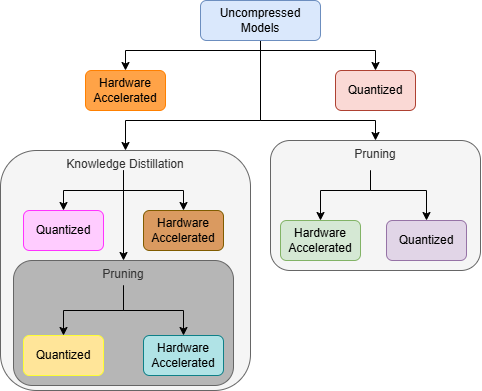
The draw.io diagram Thesis/images/compression.png in jmcoleman112/thesis, before a commit. Source tidied: cells renumbered, new cells last; positions are measured from the earlier drawing's top-left corner, leaving out a move shared by most shapes. Its diagram source:
```xml
<mxGraphModel>
  <root>
    <mxCell id="0" />
    <mxCell id="1" parent="0" />
    <mxCell id="2" value="Pruning" style="rounded=1;whiteSpace=wrap;html=1;fillColor=#f5f5f5;strokeColor=#666666;fontColor=#333333;verticalAlign=top;" parent="1" vertex="1">
      <mxGeometry x="270" y="140" width="210" height="130" as="geometry" />
    </mxCell>
    <mxCell id="3" value="&lt;div&gt;Knowledge Distillation&lt;/div&gt;" style="rounded=1;whiteSpace=wrap;html=1;fillColor=#f5f5f5;fontColor=#333333;strokeColor=#666666;verticalAlign=top;" parent="1" vertex="1">
      <mxGeometry y="150" width="250" height="240" as="geometry" />
    </mxCell>
    <mxCell id="4" value="Pruning" style="rounded=1;whiteSpace=wrap;html=1;fillColor=#B6B6B6;strokeColor=#666666;fontColor=#333333;verticalAlign=top;" parent="1" vertex="1">
      <mxGeometry x="13" y="260" width="220" height="125" as="geometry" />
    </mxCell>
    <mxCell id="5" style="rounded=0;jettySize=auto;html=1;exitX=0.5;exitY=1;exitDx=0;exitDy=0;entryX=0.5;entryY=0;entryDx=0;entryDy=0;edgeStyle=orthogonalEdgeStyle;" parent="1" edge="1" source="9" target="3">
      <mxGeometry relative="1" as="geometry">
        <Array as="points">
          <mxPoint x="260" y="120" />
          <mxPoint x="125" y="120" />
        </Array>
      </mxGeometry>
    </mxCell>
    <mxCell id="6" style="rounded=0;jettySize=auto;html=1;exitX=0.5;exitY=1;exitDx=0;exitDy=0;entryX=0.5;entryY=0;entryDx=0;entryDy=0;edgeStyle=orthogonalEdgeStyle;" parent="1" edge="1" source="9" target="10">
      <mxGeometry relative="1" as="geometry">
        <Array as="points">
          <mxPoint x="260" y="50" />
          <mxPoint x="125" y="50" />
        </Array>
      </mxGeometry>
    </mxCell>
    <mxCell id="7" style="rounded=0;jettySize=auto;html=1;exitX=0.5;exitY=1;exitDx=0;exitDy=0;entryX=0.5;entryY=0;entryDx=0;entryDy=0;edgeStyle=orthogonalEdgeStyle;" parent="1" edge="1" source="9" target="11">
      <mxGeometry relative="1" as="geometry">
        <Array as="points">
          <mxPoint x="260" y="50" />
          <mxPoint x="375" y="50" />
        </Array>
      </mxGeometry>
    </mxCell>
    <mxCell id="8" style="rounded=0;jettySize=auto;html=1;exitX=0.5;exitY=1;exitDx=0;exitDy=0;entryX=0.5;entryY=0;entryDx=0;entryDy=0;edgeStyle=orthogonalEdgeStyle;" parent="1" edge="1" source="9" target="2">
      <mxGeometry relative="1" as="geometry">
        <Array as="points">
          <mxPoint x="260" y="120" />
          <mxPoint x="375" y="120" />
        </Array>
      </mxGeometry>
    </mxCell>
    <mxCell id="9" value="Uncompressed Models" style="rounded=1;whiteSpace=wrap;html=1;fillColor=#dae8fc;strokeColor=#6c8ebf;" parent="1" vertex="1">
      <mxGeometry x="200" width="120" height="40" as="geometry" />
    </mxCell>
    <mxCell id="10" value="Hardware Accelerated" style="rounded=1;whiteSpace=wrap;html=1;fillColor=light-dark(#ffa347, #5e3206);strokeColor=#FF8000;" parent="1" vertex="1">
      <mxGeometry x="85" y="70" width="80" height="40" as="geometry" />
    </mxCell>
    <mxCell id="11" value="Quantized" style="rounded=1;whiteSpace=wrap;html=1;fillColor=#fad9d5;strokeColor=#ae4132;" parent="1" vertex="1">
      <mxGeometry x="335" y="70" width="80" height="40" as="geometry" />
    </mxCell>
    <mxCell id="12" style="rounded=0;jettySize=auto;html=1;entryX=0.5;entryY=0;entryDx=0;entryDy=0;edgeStyle=orthogonalEdgeStyle;" parent="1" edge="1" target="18">
      <mxGeometry relative="1" as="geometry">
        <mxPoint x="370" y="170" as="sourcePoint" />
        <Array as="points">
          <mxPoint x="370" y="190" />
          <mxPoint x="320" y="190" />
        </Array>
      </mxGeometry>
    </mxCell>
    <mxCell id="13" style="rounded=0;jettySize=auto;html=1;entryX=0.5;entryY=0;entryDx=0;entryDy=0;edgeStyle=orthogonalEdgeStyle;" parent="1" edge="1" target="17">
      <mxGeometry relative="1" as="geometry">
        <mxPoint x="370" y="170" as="sourcePoint" />
        <Array as="points">
          <mxPoint x="370" y="190" />
          <mxPoint x="426" y="190" />
        </Array>
      </mxGeometry>
    </mxCell>
    <mxCell id="14" style="rounded=0;jettySize=auto;html=1;entryX=0.5;entryY=0;entryDx=0;entryDy=0;" parent="1" edge="1" target="4">
      <mxGeometry relative="1" as="geometry">
        <mxPoint x="123" y="170" as="sourcePoint" />
      </mxGeometry>
    </mxCell>
    <mxCell id="15" style="rounded=0;jettySize=auto;html=1;entryX=0.5;entryY=0;entryDx=0;entryDy=0;edgeStyle=orthogonalEdgeStyle;" parent="1" edge="1" target="22">
      <mxGeometry relative="1" as="geometry">
        <mxPoint x="123" y="170" as="sourcePoint" />
        <Array as="points">
          <mxPoint x="123" y="190" />
          <mxPoint x="63" y="190" />
        </Array>
      </mxGeometry>
    </mxCell>
    <mxCell id="16" style="rounded=0;jettySize=auto;html=1;entryX=0.5;entryY=0;entryDx=0;entryDy=0;edgeStyle=orthogonalEdgeStyle;" parent="1" edge="1" target="21">
      <mxGeometry relative="1" as="geometry">
        <mxPoint x="123" y="170" as="sourcePoint" />
        <Array as="points">
          <mxPoint x="123" y="190" />
          <mxPoint x="183" y="190" />
        </Array>
      </mxGeometry>
    </mxCell>
    <mxCell id="17" value="Quantized" style="rounded=1;whiteSpace=wrap;html=1;fillColor=#e1d5e7;strokeColor=#9673a6;" parent="1" vertex="1">
      <mxGeometry x="386" y="220" width="80" height="40" as="geometry" />
    </mxCell>
    <mxCell id="18" value="Hardware Accelerated" style="rounded=1;whiteSpace=wrap;html=1;fillColor=#d5e8d4;strokeColor=#82b366;" parent="1" vertex="1">
      <mxGeometry x="280" y="220" width="80" height="40" as="geometry" />
    </mxCell>
    <mxCell id="19" style="rounded=0;jettySize=auto;html=1;entryX=0.5;entryY=0;entryDx=0;entryDy=0;exitX=0.5;exitY=0.2;exitDx=0;exitDy=0;exitPerimeter=0;edgeStyle=orthogonalEdgeStyle;" parent="1" edge="1" source="4" target="23">
      <mxGeometry relative="1" as="geometry">
        <Array as="points">
          <mxPoint x="123" y="310" />
          <mxPoint x="183" y="310" />
        </Array>
      </mxGeometry>
    </mxCell>
    <mxCell id="20" style="rounded=0;jettySize=auto;html=1;entryX=0.5;entryY=0;entryDx=0;entryDy=0;edgeStyle=orthogonalEdgeStyle;" parent="1" edge="1" target="24">
      <mxGeometry relative="1" as="geometry">
        <mxPoint x="123" y="285" as="sourcePoint" />
        <Array as="points">
          <mxPoint x="123" y="310" />
          <mxPoint x="63" y="310" />
        </Array>
      </mxGeometry>
    </mxCell>
    <mxCell id="21" value="Hardware Accelerated" style="rounded=1;whiteSpace=wrap;html=1;fillColor=#DA9A60;strokeColor=#805C00;" parent="1" vertex="1">
      <mxGeometry x="143" y="210" width="80" height="40" as="geometry" />
    </mxCell>
    <mxCell id="22" value="Quantized" style="rounded=1;whiteSpace=wrap;html=1;fillColor=#FFCCFF;strokeColor=#FF33FF;" parent="1" vertex="1">
      <mxGeometry x="23" y="210" width="80" height="40" as="geometry" />
    </mxCell>
    <mxCell id="23" value="Hardware Accelerated" style="rounded=1;whiteSpace=wrap;html=1;fillColor=#b0e3e6;strokeColor=#0e8088;" parent="1" vertex="1">
      <mxGeometry x="143" y="335" width="80" height="40" as="geometry" />
    </mxCell>
    <mxCell id="24" value="Quantized" style="rounded=1;whiteSpace=wrap;html=1;fillColor=#FFE599;strokeColor=#FFFF33;" parent="1" vertex="1">
      <mxGeometry x="23" y="335" width="80" height="40" as="geometry" />
    </mxCell>
  </root>
</mxGraphModel>
```
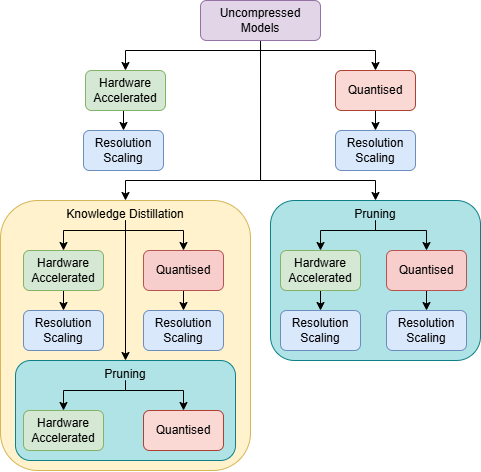
After the commit.

Change to the diagram source:
```diff
@@ -2,20 +2,20 @@
   <root>
     <mxCell id="0" />
     <mxCell id="1" parent="0" />
-    <mxCell id="2" value="Pruning" style="rounded=1;whiteSpace=wrap;html=1;fillColor=#f5f5f5;strokeColor=#666666;fontColor=#333333;verticalAlign=top;" parent="1" vertex="1">
-      <mxGeometry x="270" y="140" width="210" height="130" as="geometry" />
+    <mxCell id="2" value="Pruning" style="rounded=1;whiteSpace=wrap;html=1;fillColor=#b0e3e6;strokeColor=#0e8088;verticalAlign=top;" parent="1" vertex="1">
+      <mxGeometry x="270" y="200" width="210" height="160" as="geometry" />
     </mxCell>
-    <mxCell id="3" value="&lt;div&gt;Knowledge Distillation&lt;/div&gt;" style="rounded=1;whiteSpace=wrap;html=1;fillColor=#f5f5f5;fontColor=#333333;strokeColor=#666666;verticalAlign=top;" parent="1" vertex="1">
-      <mxGeometry y="150" width="250" height="240" as="geometry" />
+    <mxCell id="3" value="&lt;div&gt;Knowledge Distillation&lt;/div&gt;" style="rounded=1;whiteSpace=wrap;html=1;fillColor=#fff2cc;strokeColor=#d6b656;verticalAlign=top;" parent="1" vertex="1">
+      <mxGeometry y="200" width="250" height="270" as="geometry" />
     </mxCell>
-    <mxCell id="4" value="Pruning" style="rounded=1;whiteSpace=wrap;html=1;fillColor=#B6B6B6;strokeColor=#666666;fontColor=#333333;verticalAlign=top;" parent="1" vertex="1">
-      <mxGeometry x="13" y="260" width="220" height="125" as="geometry" />
+    <mxCell id="4" value="Pruning" style="rounded=1;whiteSpace=wrap;html=1;fillColor=#b0e3e6;strokeColor=#0e8088;verticalAlign=top;" parent="1" vertex="1">
+      <mxGeometry x="15" y="360" width="220" height="100" as="geometry" />
     </mxCell>
     <mxCell id="5" style="rounded=0;jettySize=auto;html=1;exitX=0.5;exitY=1;exitDx=0;exitDy=0;entryX=0.5;entryY=0;entryDx=0;entryDy=0;edgeStyle=orthogonalEdgeStyle;" parent="1" edge="1" source="9" target="3">
       <mxGeometry relative="1" as="geometry">
         <Array as="points">
-          <mxPoint x="260" y="120" />
-          <mxPoint x="125" y="120" />
+          <mxPoint x="260" y="180" />
+          <mxPoint x="125" y="180" />
         </Array>
       </mxGeometry>
     </mxCell>
@@ -38,95 +38,133 @@
     <mxCell id="8" style="rounded=0;jettySize=auto;html=1;exitX=0.5;exitY=1;exitDx=0;exitDy=0;entryX=0.5;entryY=0;entryDx=0;entryDy=0;edgeStyle=orthogonalEdgeStyle;" parent="1" edge="1" source="9" target="2">
       <mxGeometry relative="1" as="geometry">
         <Array as="points">
-          <mxPoint x="260" y="120" />
-          <mxPoint x="375" y="120" />
+          <mxPoint x="260" y="180" />
+          <mxPoint x="375" y="180" />
         </Array>
       </mxGeometry>
     </mxCell>
-    <mxCell id="9" value="Uncompressed Models" style="rounded=1;whiteSpace=wrap;html=1;fillColor=#dae8fc;strokeColor=#6c8ebf;" parent="1" vertex="1">
+    <mxCell id="9" value="Uncompressed Models" style="rounded=1;whiteSpace=wrap;html=1;fillColor=#e1d5e7;strokeColor=#9673a6;" parent="1" vertex="1">
       <mxGeometry x="200" width="120" height="40" as="geometry" />
     </mxCell>
+    <mxCell id="25" style="edgeStyle=orthogonalEdgeStyle;rounded=0;jettySize=auto;html=1;exitX=0.5;exitY=1;exitDx=0;exitDy=0;entryX=0.5;entryY=0;entryDx=0;entryDy=0;" parent="1" edge="1" source="10" target="31">
+      <mxGeometry relative="1" as="geometry" />
+    </mxCell>
-    <mxCell id="10" value="Hardware Accelerated" style="rounded=1;whiteSpace=wrap;html=1;fillColor=light-dark(#ffa347, #5e3206);strokeColor=#FF8000;" parent="1" vertex="1">
+    <mxCell id="10" value="Hardware Accelerated" style="rounded=1;whiteSpace=wrap;html=1;fillColor=#d5e8d4;strokeColor=#82b366;" parent="1" vertex="1">
       <mxGeometry x="85" y="70" width="80" height="40" as="geometry" />
     </mxCell>
+    <mxCell id="26" style="edgeStyle=orthogonalEdgeStyle;rounded=0;jettySize=auto;html=1;exitX=0.5;exitY=1;exitDx=0;exitDy=0;entryX=0.5;entryY=0;entryDx=0;entryDy=0;" parent="1" edge="1" source="11" target="32">
+      <mxGeometry relative="1" as="geometry" />
+    </mxCell>
-    <mxCell id="11" value="Quantized" style="rounded=1;whiteSpace=wrap;html=1;fillColor=#fad9d5;strokeColor=#ae4132;" parent="1" vertex="1">
+    <mxCell id="11" value="Quantised" style="rounded=1;whiteSpace=wrap;html=1;fillColor=#fad9d5;strokeColor=#ae4132;" parent="1" vertex="1">
       <mxGeometry x="335" y="70" width="80" height="40" as="geometry" />
     </mxCell>
     <mxCell id="12" style="rounded=0;jettySize=auto;html=1;entryX=0.5;entryY=0;entryDx=0;entryDy=0;edgeStyle=orthogonalEdgeStyle;" parent="1" edge="1" target="18">
       <mxGeometry relative="1" as="geometry">
-        <mxPoint x="370" y="170" as="sourcePoint" />
+        <mxPoint x="375" y="220" as="sourcePoint" />
         <Array as="points">
-          <mxPoint x="370" y="190" />
-          <mxPoint x="320" y="190" />
+          <mxPoint x="375" y="230" />
+          <mxPoint x="320" y="230" />
         </Array>
       </mxGeometry>
     </mxCell>
     <mxCell id="13" style="rounded=0;jettySize=auto;html=1;entryX=0.5;entryY=0;entryDx=0;entryDy=0;edgeStyle=orthogonalEdgeStyle;" parent="1" edge="1" target="17">
       <mxGeometry relative="1" as="geometry">
-        <mxPoint x="370" y="170" as="sourcePoint" />
+        <mxPoint x="375" y="220" as="sourcePoint" />
         <Array as="points">
-          <mxPoint x="370" y="190" />
-          <mxPoint x="426" y="190" />
+          <mxPoint x="375" y="230" />
+          <mxPoint x="426" y="230" />
         </Array>
       </mxGeometry>
     </mxCell>
-    <mxCell id="14" style="rounded=0;jettySize=auto;html=1;entryX=0.5;entryY=0;entryDx=0;entryDy=0;" parent="1" edge="1" target="4">
+    <mxCell id="14" style="rounded=0;orthogonalLoop=1;jettySize=auto;html=1;entryX=0.5;entryY=0;entryDx=0;entryDy=0;" parent="1" edge="1">
       <mxGeometry relative="1" as="geometry">
-        <mxPoint x="123" y="170" as="sourcePoint" />
+        <mxPoint x="125" y="220" as="sourcePoint" />
+        <mxPoint x="125" y="360" as="targetPoint" />
       </mxGeometry>
     </mxCell>
     <mxCell id="15" style="rounded=0;jettySize=auto;html=1;entryX=0.5;entryY=0;entryDx=0;entryDy=0;edgeStyle=orthogonalEdgeStyle;" parent="1" edge="1" target="22">
       <mxGeometry relative="1" as="geometry">
-        <mxPoint x="123" y="170" as="sourcePoint" />
+        <mxPoint x="125" y="220" as="sourcePoint" />
         <Array as="points">
-          <mxPoint x="123" y="190" />
-          <mxPoint x="63" y="190" />
+          <mxPoint x="125" y="230" />
+          <mxPoint x="63" y="230" />
         </Array>
       </mxGeometry>
     </mxCell>
     <mxCell id="16" style="rounded=0;jettySize=auto;html=1;entryX=0.5;entryY=0;entryDx=0;entryDy=0;edgeStyle=orthogonalEdgeStyle;" parent="1" edge="1" target="21">
       <mxGeometry relative="1" as="geometry">
-        <mxPoint x="123" y="170" as="sourcePoint" />
+        <mxPoint x="125" y="220" as="sourcePoint" />
         <Array as="points">
-          <mxPoint x="123" y="190" />
-          <mxPoint x="183" y="190" />
+          <mxPoint x="125" y="230" />
+          <mxPoint x="183" y="230" />
         </Array>
       </mxGeometry>
     </mxCell>
+    <mxCell id="27" style="edgeStyle=orthogonalEdgeStyle;rounded=0;jettySize=auto;html=1;exitX=0.5;exitY=1;exitDx=0;exitDy=0;entryX=0.5;entryY=0;entryDx=0;entryDy=0;" parent="1" edge="1" source="17" target="36">
+      <mxGeometry relative="1" as="geometry" />
+    </mxCell>
-    <mxCell id="17" value="Quantized" style="rounded=1;whiteSpace=wrap;html=1;fillColor=#e1d5e7;strokeColor=#9673a6;" parent="1" vertex="1">
-      <mxGeometry x="386" y="220" width="80" height="40" as="geometry" />
+    <mxCell id="17" value="Quantised" style="rounded=1;whiteSpace=wrap;html=1;fillColor=#f8cecc;strokeColor=#b85450;" parent="1" vertex="1">
+      <mxGeometry x="386" y="250" width="80" height="40" as="geometry" />
     </mxCell>
+    <mxCell id="28" style="edgeStyle=orthogonalEdgeStyle;rounded=0;jettySize=auto;html=1;exitX=0.5;exitY=1;exitDx=0;exitDy=0;entryX=0.5;entryY=0;entryDx=0;entryDy=0;" parent="1" edge="1" source="18" target="35">
+      <mxGeometry relative="1" as="geometry" />
+    </mxCell>
     <mxCell id="18" value="Hardware Accelerated" style="rounded=1;whiteSpace=wrap;html=1;fillColor=#d5e8d4;strokeColor=#82b366;" parent="1" vertex="1">
-      <mxGeometry x="280" y="220" width="80" height="40" as="geometry" />
+      <mxGeometry x="280" y="250" width="80" height="40" as="geometry" />
     </mxCell>
-    <mxCell id="19" style="rounded=0;jettySize=auto;html=1;entryX=0.5;entryY=0;entryDx=0;entryDy=0;exitX=0.5;exitY=0.2;exitDx=0;exitDy=0;exitPerimeter=0;edgeStyle=orthogonalEdgeStyle;" parent="1" edge="1" source="4" target="23">
+    <mxCell id="19" style="rounded=0;jettySize=auto;html=1;entryX=0.5;entryY=0;entryDx=0;entryDy=0;edgeStyle=orthogonalEdgeStyle;" parent="1" edge="1" target="23">
       <mxGeometry relative="1" as="geometry">
+        <mxPoint x="125" y="380" as="sourcePoint" />
         <Array as="points">
-          <mxPoint x="123" y="310" />
-          <mxPoint x="183" y="310" />
+          <mxPoint x="125" y="390" />
+          <mxPoint x="183" y="390" />
         </Array>
       </mxGeometry>
     </mxCell>
     <mxCell id="20" style="rounded=0;jettySize=auto;html=1;entryX=0.5;entryY=0;entryDx=0;entryDy=0;edgeStyle=orthogonalEdgeStyle;" parent="1" edge="1" target="24">
       <mxGeometry relative="1" as="geometry">
-        <mxPoint x="123" y="285" as="sourcePoint" />
+        <mxPoint x="125" y="380" as="sourcePoint" />
         <Array as="points">
-          <mxPoint x="123" y="310" />
-          <mxPoint x="63" y="310" />
+          <mxPoint x="125" y="390" />
+          <mxPoint x="63" y="390" />
         </Array>
       </mxGeometry>
     </mxCell>
+    <mxCell id="29" style="edgeStyle=orthogonalEdgeStyle;rounded=0;jettySize=auto;html=1;exitX=0.5;exitY=1;exitDx=0;exitDy=0;entryX=0.5;entryY=0;entryDx=0;entryDy=0;" parent="1" edge="1" source="21" target="34">
+      <mxGeometry relative="1" as="geometry" />
+    </mxCell>
-    <mxCell id="21" value="Hardware Accelerated" style="rounded=1;whiteSpace=wrap;html=1;fillColor=#DA9A60;strokeColor=#805C00;" parent="1" vertex="1">
-      <mxGeometry x="143" y="210" width="80" height="40" as="geometry" />
+    <mxCell id="21" value="Quantised" style="rounded=1;whiteSpace=wrap;html=1;fillColor=#f8cecc;strokeColor=#b85450;" parent="1" vertex="1">
+      <mxGeometry x="143" y="250" width="80" height="40" as="geometry" />
     </mxCell>
+    <mxCell id="30" style="edgeStyle=orthogonalEdgeStyle;rounded=0;jettySize=auto;html=1;exitX=0.5;exitY=1;exitDx=0;exitDy=0;entryX=0.5;entryY=0;entryDx=0;entryDy=0;" parent="1" edge="1" source="22" target="33">
+      <mxGeometry relative="1" as="geometry" />
+    </mxCell>
-    <mxCell id="22" value="Quantized" style="rounded=1;whiteSpace=wrap;html=1;fillColor=#FFCCFF;strokeColor=#FF33FF;" parent="1" vertex="1">
-      <mxGeometry x="23" y="210" width="80" height="40" as="geometry" />
+    <mxCell id="22" value="Hardware Accelerated" style="rounded=1;whiteSpace=wrap;html=1;fillColor=#d5e8d4;strokeColor=#82b366;" parent="1" vertex="1">
+      <mxGeometry x="23" y="250" width="80" height="40" as="geometry" />
     </mxCell>
-    <mxCell id="23" value="Hardware Accelerated" style="rounded=1;whiteSpace=wrap;html=1;fillColor=#b0e3e6;strokeColor=#0e8088;" parent="1" vertex="1">
-      <mxGeometry x="143" y="335" width="80" height="40" as="geometry" />
+    <mxCell id="23" value="Quantised" style="rounded=1;whiteSpace=wrap;html=1;fillColor=#fad9d5;strokeColor=#ae4132;" parent="1" vertex="1">
+      <mxGeometry x="143" y="410" width="80" height="40" as="geometry" />
     </mxCell>
-    <mxCell id="24" value="Quantized" style="rounded=1;whiteSpace=wrap;html=1;fillColor=#FFE599;strokeColor=#FFFF33;" parent="1" vertex="1">
-      <mxGeometry x="23" y="335" width="80" height="40" as="geometry" />
+    <mxCell id="24" value="Hardware Accelerated" style="rounded=1;whiteSpace=wrap;html=1;fillColor=#d5e8d4;strokeColor=#82b366;" parent="1" vertex="1">
+      <mxGeometry x="23" y="410" width="80" height="40" as="geometry" />
     </mxCell>
+    <mxCell id="31" value="Resolution Scaling" style="rounded=1;whiteSpace=wrap;html=1;fillColor=#dae8fc;strokeColor=#6c8ebf;" parent="1" vertex="1">
+      <mxGeometry x="83" y="130" width="80" height="40" as="geometry" />
+    </mxCell>
+    <mxCell id="32" value="Resolution Scaling" style="rounded=1;whiteSpace=wrap;html=1;fillColor=#dae8fc;strokeColor=#6c8ebf;" parent="1" vertex="1">
+      <mxGeometry x="335" y="130" width="80" height="40" as="geometry" />
+    </mxCell>
+    <mxCell id="33" value="Resolution Scaling" style="rounded=1;whiteSpace=wrap;html=1;fillColor=#dae8fc;strokeColor=#6c8ebf;" parent="1" vertex="1">
+      <mxGeometry x="23" y="310" width="80" height="40" as="geometry" />
+    </mxCell>
+    <mxCell id="34" value="Resolution Scaling" style="rounded=1;whiteSpace=wrap;html=1;fillColor=#dae8fc;strokeColor=#6c8ebf;" parent="1" vertex="1">
+      <mxGeometry x="143" y="310" width="80" height="40" as="geometry" />
+    </mxCell>
+    <mxCell id="35" value="Resolution Scaling" style="rounded=1;whiteSpace=wrap;html=1;fillColor=#dae8fc;strokeColor=#6c8ebf;" parent="1" vertex="1">
+      <mxGeometry x="280" y="310" width="80" height="40" as="geometry" />
+    </mxCell>
+    <mxCell id="36" value="Resolution Scaling" style="rounded=1;whiteSpace=wrap;html=1;fillColor=#dae8fc;strokeColor=#6c8ebf;" parent="1" vertex="1">
+      <mxGeometry x="386" y="310" width="80" height="40" as="geometry" />
+    </mxCell>
   </root>
 </mxGraphModel>
```
